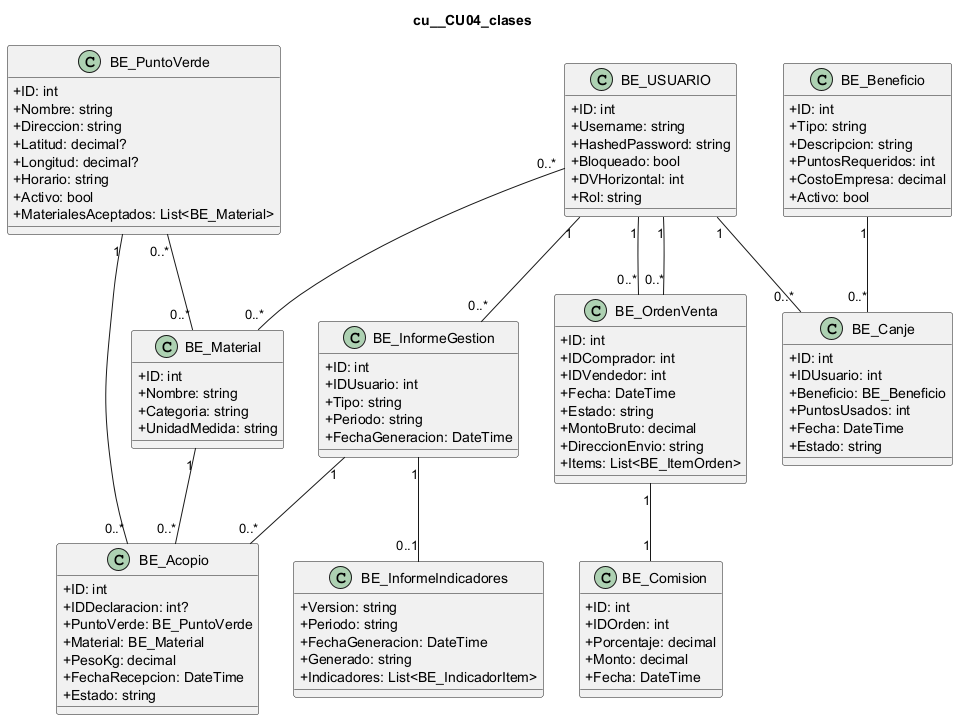
Earlier version of the PlantUML export docs/diagramas/uml_png/cu__CU04_clases.png (L-Muniz/uai-diploma_2026). The source it was exported from:
```plantuml
@startuml
skinparam classAttributeIconSize 0
title cu__CU04_clases
class "BE_USUARIO" as USUARIO {
  +ID: int
  +Username: string
  +HashedPassword: string
  +Bloqueado: bool
  +DVHorizontal: int
  +Rol: string
}
class "BE_InformeGestion" as INFORME {
  +ID: int
  +IDUsuario: int
  +Tipo: string
  +Periodo: string
  +FechaGeneracion: DateTime
}
class "BE_InformeIndicadores" as IND {
  +Version: string
  +Periodo: string
  +FechaGeneracion: DateTime
  +Generado: string
  +Indicadores: List<BE_IndicadorItem>
}
class "BE_Acopio" as ACOPIO {
  +ID: int
  +IDDeclaracion: int?
  +PuntoVerde: BE_PuntoVerde
  +Material: BE_Material
  +PesoKg: decimal
  +FechaRecepcion: DateTime
  +Estado: string
}
class "BE_PuntoVerde" as PUNTO_VERDE {
  +ID: int
  +Nombre: string
  +Direccion: string
  +Latitud: decimal?
  +Longitud: decimal?
  +Horario: string
  +Activo: bool
  +MaterialesAceptados: List<BE_Material>
}
class "BE_Material" as MATERIAL {
  +ID: int
  +Nombre: string
  +Categoria: string
  +UnidadMedida: string
}
class "BE_OrdenVenta" as ORDEN {
  +ID: int
  +IDComprador: int
  +IDVendedor: int
  +Fecha: DateTime
  +Estado: string
  +MontoBruto: decimal
  +DireccionEnvio: string
  +Items: List<BE_ItemOrden>
}
class "BE_Comision" as COMISION {
  +ID: int
  +IDOrden: int
  +Porcentaje: decimal
  +Monto: decimal
  +Fecha: DateTime
}
class "BE_Canje" as CANJE {
  +ID: int
  +IDUsuario: int
  +Beneficio: BE_Beneficio
  +PuntosUsados: int
  +Fecha: DateTime
  +Estado: string
}
class "BE_Beneficio" as BENEFICIO {
  +ID: int
  +Tipo: string
  +Descripcion: string
  +PuntosRequeridos: int
  +CostoEmpresa: decimal
  +Activo: bool
}
PUNTO_VERDE "1" -- "0..*" ACOPIO
MATERIAL "1" -- "0..*" ACOPIO
PUNTO_VERDE "0..*" -- "0..*" MATERIAL
USUARIO "1" -- "0..*" CANJE
BENEFICIO "1" -- "0..*" CANJE
USUARIO "1" -- "0..*" INFORME
INFORME "1" -- "0..*" ACOPIO
USUARIO "1" -- "0..*" ORDEN
USUARIO "1" -- "0..*" ORDEN
ORDEN "1" -- "1" COMISION
USUARIO "0..*" -- "0..*" MATERIAL
INFORME "1" -- "0..1" IND
@enduml
```
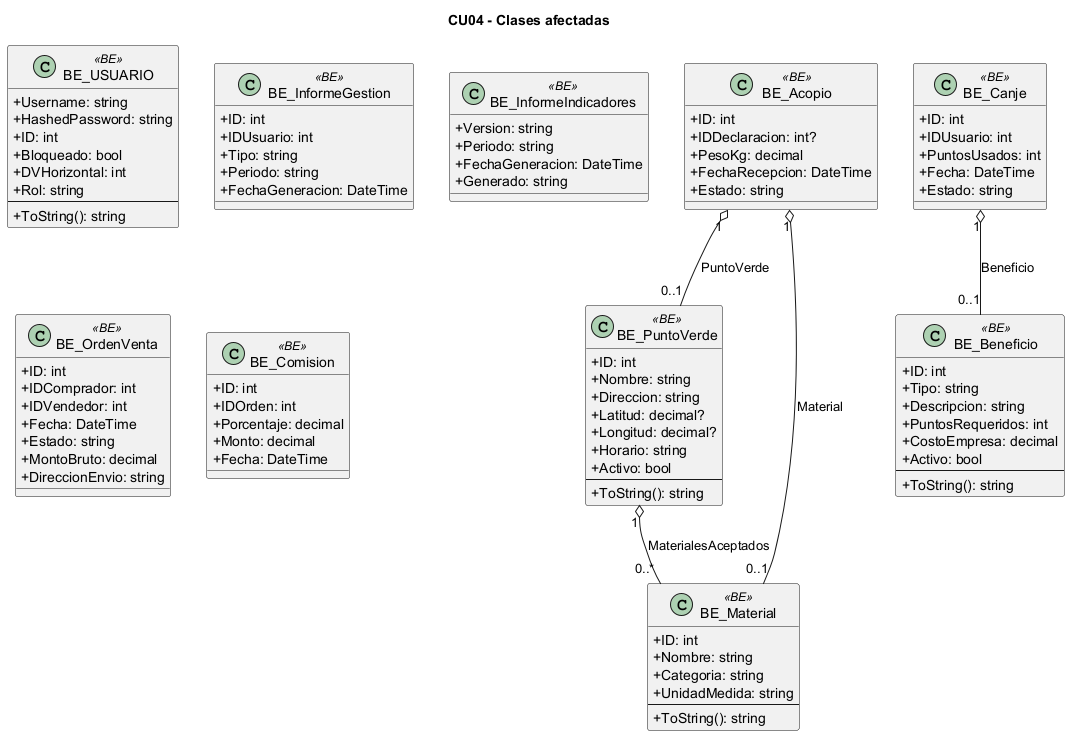
The same diagram one commit later.

Diff of the diagram source:
```diff
@@ -1,38 +1,37 @@
 @startuml
 skinparam classAttributeIconSize 0
-title cu__CU04_clases
-class "BE_USUARIO" as USUARIO {
-  +ID: int
+title CU04 - Clases afectadas
+class "BE_USUARIO" as BE_USUARIO <<BE>> {
   +Username: string
   +HashedPassword: string
+  +ID: int
   +Bloqueado: bool
   +DVHorizontal: int
   +Rol: string
+  --
+  +ToString(): string
 }
-class "BE_InformeGestion" as INFORME {
+class "BE_InformeGestion" as BE_InformeGestion <<BE>> {
   +ID: int
   +IDUsuario: int
   +Tipo: string
   +Periodo: string
   +FechaGeneracion: DateTime
 }
-class "BE_InformeIndicadores" as IND {
+class "BE_InformeIndicadores" as BE_InformeIndicadores <<BE>> {
   +Version: string
   +Periodo: string
   +FechaGeneracion: DateTime
   +Generado: string
-  +Indicadores: List<BE_IndicadorItem>
 }
-class "BE_Acopio" as ACOPIO {
+class "BE_Acopio" as BE_Acopio <<BE>> {
   +ID: int
   +IDDeclaracion: int?
-  +PuntoVerde: BE_PuntoVerde
-  +Material: BE_Material
   +PesoKg: decimal
   +FechaRecepcion: DateTime
   +Estado: string
 }
-class "BE_PuntoVerde" as PUNTO_VERDE {
+class "BE_PuntoVerde" as BE_PuntoVerde <<BE>> {
   +ID: int
   +Nombre: string
   +Direccion: string
@@ -40,15 +39,18 @@
   +Longitud: decimal?
   +Horario: string
   +Activo: bool
-  +MaterialesAceptados: List<BE_Material>
+  --
+  +ToString(): string
 }
-class "BE_Material" as MATERIAL {
+class "BE_Material" as BE_Material <<BE>> {
   +ID: int
   +Nombre: string
   +Categoria: string
   +UnidadMedida: string
+  --
+  +ToString(): string
 }
-class "BE_OrdenVenta" as ORDEN {
+class "BE_OrdenVenta" as BE_OrdenVenta <<BE>> {
   +ID: int
   +IDComprador: int
   +IDVendedor: int
@@ -56,41 +58,33 @@
   +Estado: string
   +MontoBruto: decimal
   +DireccionEnvio: string
-  +Items: List<BE_ItemOrden>
 }
-class "BE_Comision" as COMISION {
+class "BE_Comision" as BE_Comision <<BE>> {
   +ID: int
   +IDOrden: int
   +Porcentaje: decimal
   +Monto: decimal
   +Fecha: DateTime
 }
-class "BE_Canje" as CANJE {
+class "BE_Canje" as BE_Canje <<BE>> {
   +ID: int
   +IDUsuario: int
-  +Beneficio: BE_Beneficio
   +PuntosUsados: int
   +Fecha: DateTime
   +Estado: string
 }
-class "BE_Beneficio" as BENEFICIO {
+class "BE_Beneficio" as BE_Beneficio <<BE>> {
   +ID: int
   +Tipo: string
   +Descripcion: string
   +PuntosRequeridos: int
   +CostoEmpresa: decimal
   +Activo: bool
+  --
+  +ToString(): string
 }
-PUNTO_VERDE "1" -- "0..*" ACOPIO
-MATERIAL "1" -- "0..*" ACOPIO
-PUNTO_VERDE "0..*" -- "0..*" MATERIAL
-USUARIO "1" -- "0..*" CANJE
-BENEFICIO "1" -- "0..*" CANJE
-USUARIO "1" -- "0..*" INFORME
-INFORME "1" -- "0..*" ACOPIO
-USUARIO "1" -- "0..*" ORDEN
-USUARIO "1" -- "0..*" ORDEN
-ORDEN "1" -- "1" COMISION
-USUARIO "0..*" -- "0..*" MATERIAL
-INFORME "1" -- "0..1" IND
+BE_Acopio "1" o-- "0..1" BE_PuntoVerde : PuntoVerde
+BE_Acopio "1" o-- "0..1" BE_Material : Material
+BE_PuntoVerde "1" o-- "0..*" BE_Material : MaterialesAceptados
+BE_Canje "1" o-- "0..1" BE_Beneficio : Beneficio
 @enduml
```
